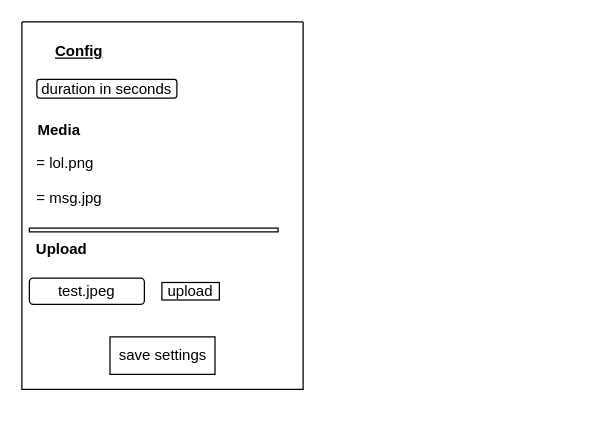
Above: page "config" (7 of 7) of plan_diagram.drawio in WFWisag/Lobbyfernseher-code (draw.io), before the change. Source tidied: cells renumbered, new cells numbered last; positions are measured from the earlier drawing's top-left corner, leaving out a move shared by most shapes. Both pictures are drawn from the tidied source at 125%, with x=0, y=0 at pixel (21, 21).
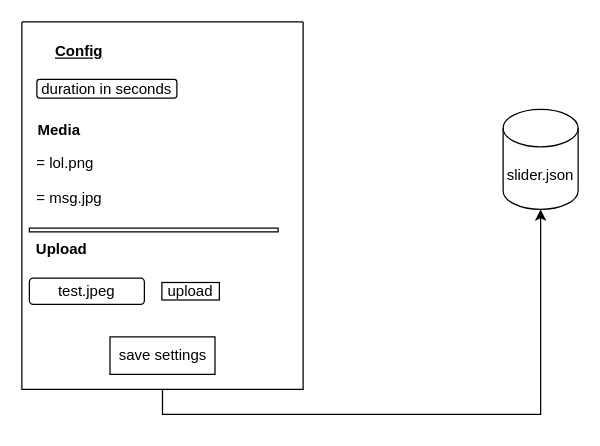
The same diagram, later.

Commit message (it also covers changes not shown here):
new json design

The edit, as a diff of the source:
```diff
@@
 <mxGraphModel>
   <root>
     <mxCell id="0" />
     <mxCell id="1" parent="0" />
+    <mxCell id="13" style="edgeStyle=orthogonalEdgeStyle;rounded=0;jettySize=auto;html=1;exitX=0.5;exitY=1;exitDx=0;exitDy=0;entryX=0.5;entryY=1;entryDx=0;entryDy=0;entryPerimeter=0;" parent="1" edge="1" source="2" target="14">
+      <mxGeometry relative="1" as="geometry" />
+    </mxCell>
     <mxCell id="2" style="swimlane;startSize=0;" parent="1" vertex="1">
       <mxGeometry width="225" height="294" as="geometry" />
     </mxCell>
     <mxCell id="3" value="duration in seconds" style="rounded=1;whiteSpace=wrap;html=1;" parent="2" vertex="1">
       <mxGeometry x="12" y="46" width="112" height="15" as="geometry" />
     </mxCell>
     <mxCell id="4" value="Media" style="text;html=1;strokeColor=none;fillColor=none;align=center;verticalAlign=middle;whiteSpace=wrap;rounded=0;fontStyle=1;" parent="2" vertex="1">
       <mxGeometry y="72" width="60" height="30" as="geometry" />
     </mxCell>
     <mxCell id="5" value="= lol.png" style="text;strokeColor=none;fillColor=none;align=left;verticalAlign=middle;spacingLeft=4;spacingRight=4;overflow=hidden;whiteSpace=wrap;html=1;" parent="2" vertex="1">
       <mxGeometry x="6" y="98" width="80" height="30" as="geometry" />
     </mxCell>
     <mxCell id="6" value="= msg.jpg" style="text;strokeColor=none;fillColor=none;align=left;verticalAlign=middle;spacingLeft=4;spacingRight=4;overflow=hidden;whiteSpace=wrap;html=1;" parent="2" vertex="1">
       <mxGeometry x="6" y="126" width="80" height="30" as="geometry" />
     </mxCell>
     <mxCell id="7" style="rounded=0;whiteSpace=wrap;html=1;" parent="2" vertex="1">
       <mxGeometry x="6" y="165" width="199" height="3" as="geometry" />
     </mxCell>
     <mxCell id="8" value="Upload" style="text;html=1;strokeColor=none;fillColor=none;align=center;verticalAlign=middle;whiteSpace=wrap;rounded=0;fontStyle=1;" parent="2" vertex="1">
       <mxGeometry x="3" y="171" width="58" height="21" as="geometry" />
     </mxCell>
     <mxCell id="9" value="test.jpeg" style="rounded=1;whiteSpace=wrap;html=1;" parent="2" vertex="1">
       <mxGeometry x="6" y="205" width="92" height="21" as="geometry" />
     </mxCell>
     <mxCell id="10" value="upload" style="rounded=0;whiteSpace=wrap;html=1;" parent="2" vertex="1">
       <mxGeometry x="112" y="208.5" width="46" height="14" as="geometry" />
     </mxCell>
     <mxCell id="11" value="save settings" style="rounded=0;whiteSpace=wrap;html=1;" parent="2" vertex="1">
       <mxGeometry x="70.5" y="252" width="84" height="30" as="geometry" />
     </mxCell>
     <mxCell id="12" value="Config" style="text;html=1;strokeColor=none;fillColor=none;align=center;verticalAlign=middle;whiteSpace=wrap;rounded=0;fontStyle=5;" parent="2" vertex="1">
       <mxGeometry x="16" y="9" width="60" height="30" as="geometry" />
     </mxCell>
+    <mxCell id="14" value="slider.json" style="shape=cylinder3;whiteSpace=wrap;html=1;boundedLbl=1;backgroundOutline=1;size=15;" parent="1" vertex="1">
+      <mxGeometry x="385" y="70" width="60" height="80" as="geometry" />
+    </mxCell>
   </root>
 </mxGraphModel>
```
